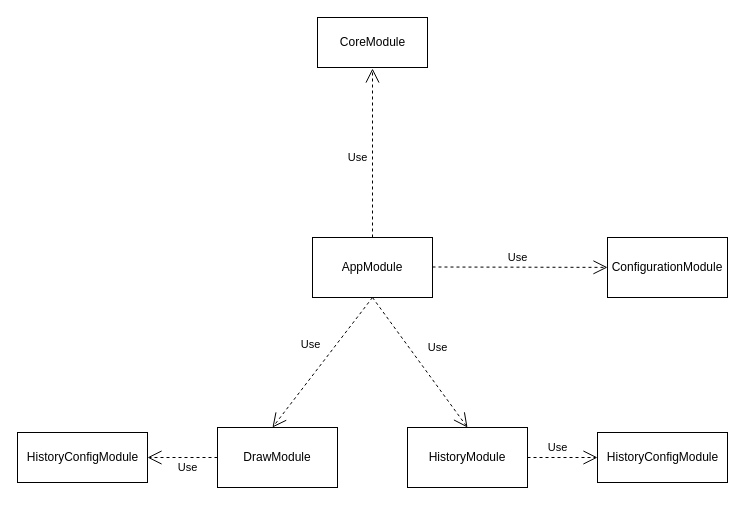
The draw.io diagram diagrams/module-architecture.drawio in ciurtetudorcatalin/lottery-draw, before the edit. Source tidied: cells renumbered, new cells numbered last; positions are measured from the earlier drawing's top-left corner, leaving out a move shared by most shapes. Both pictures are drawn from the tidied source at 100%, with x=0, y=0 at pixel (17, 17).
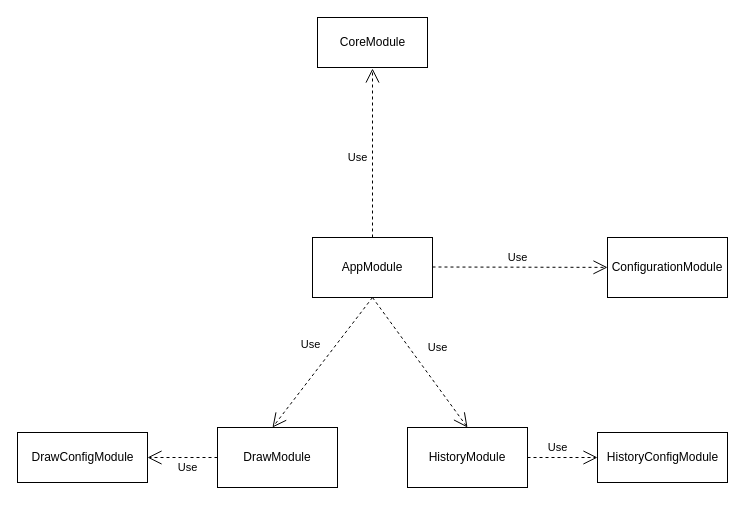
The same page after the edit.

The edit, as a diff of the source:
```diff
@@
 <mxGraphModel>
   <root>
     <mxCell id="0" />
     <mxCell id="1" parent="0" />
     <mxCell id="2" value="AppModule" style="rounded=0;whiteSpace=wrap;html=1;" parent="1" vertex="1">
       <mxGeometry x="295" y="220" width="120" height="60" as="geometry" />
     </mxCell>
     <mxCell id="3" value="Use" style="endArrow=open;endSize=12;dashed=1;html=1;" parent="1" edge="1" target="4">
       <mxGeometry x="-0.03" y="10" relative="1" as="geometry">
         <mxPoint x="415" y="249.5" as="sourcePoint" />
       </mxGeometry>
     </mxCell>
     <mxCell id="4" value="ConfigurationModule" style="rounded=0;whiteSpace=wrap;html=1;" parent="1" vertex="1">
       <mxGeometry x="590" y="220" width="120" height="60" as="geometry" />
     </mxCell>
     <mxCell id="5" value="Use" style="endArrow=open;endSize=12;dashed=1;html=1;exitX=0.5;exitY=0;exitDx=0;exitDy=0;" parent="1" edge="1" source="2">
       <mxGeometry x="-0.05" y="15" relative="1" as="geometry">
         <mxPoint x="355" y="51" as="targetPoint" />
       </mxGeometry>
     </mxCell>
     <mxCell id="6" value="CoreModule" style="html=1;" parent="1" vertex="1">
       <mxGeometry x="300" width="110" height="50" as="geometry" />
     </mxCell>
     <mxCell id="7" value="Use" style="endArrow=open;endSize=12;dashed=1;html=1;" parent="1" edge="1">
       <mxGeometry x="-0.08" y="-20" relative="1" as="geometry">
         <mxPoint x="355" y="280" as="sourcePoint" />
         <mxPoint x="255" y="410" as="targetPoint" />
       </mxGeometry>
     </mxCell>
     <mxCell id="8" value="Use" style="endArrow=open;endSize=12;dashed=1;html=1;" parent="1" edge="1">
       <mxGeometry x="-0.02" y="23" relative="1" as="geometry">
         <mxPoint x="355" y="280" as="sourcePoint" />
         <mxPoint x="450" y="410" as="targetPoint" />
       </mxGeometry>
     </mxCell>
     <mxCell id="9" value="DrawModule" style="rounded=0;whiteSpace=wrap;html=1;" parent="1" vertex="1">
       <mxGeometry x="200" y="410" width="120" height="60" as="geometry" />
     </mxCell>
     <mxCell id="10" value="HistoryModule" style="rounded=0;whiteSpace=wrap;html=1;" parent="1" vertex="1">
       <mxGeometry x="390" y="410" width="120" height="60" as="geometry" />
     </mxCell>
-    <mxCell id="11" value="HistoryConfigModule" style="html=1;" parent="1" vertex="1">
+    <mxCell id="11" value="DrawConfigModule" style="html=1;" parent="1" vertex="1">
       <mxGeometry y="415" width="130" height="50" as="geometry" />
     </mxCell>
     <mxCell id="12" value="HistoryConfigModule" style="html=1;" parent="1" vertex="1">
       <mxGeometry x="580" y="415" width="130" height="50" as="geometry" />
     </mxCell>
     <mxCell id="13" value="Use" style="endArrow=open;endSize=12;dashed=1;html=1;exitX=1;exitY=0.5;exitDx=0;exitDy=0;entryX=0;entryY=0.5;entryDx=0;entryDy=0;" parent="1" edge="1" source="10" target="12">
       <mxGeometry x="-0.14" y="10" relative="1" as="geometry" />
     </mxCell>
     <mxCell id="14" value="Use" style="endArrow=open;endSize=12;dashed=1;html=1;entryX=1;entryY=0.5;entryDx=0;entryDy=0;exitX=0;exitY=0.5;exitDx=0;exitDy=0;" parent="1" edge="1" source="9" target="11">
       <mxGeometry x="-0.14" y="10" relative="1" as="geometry" />
     </mxCell>
   </root>
 </mxGraphModel>
```
